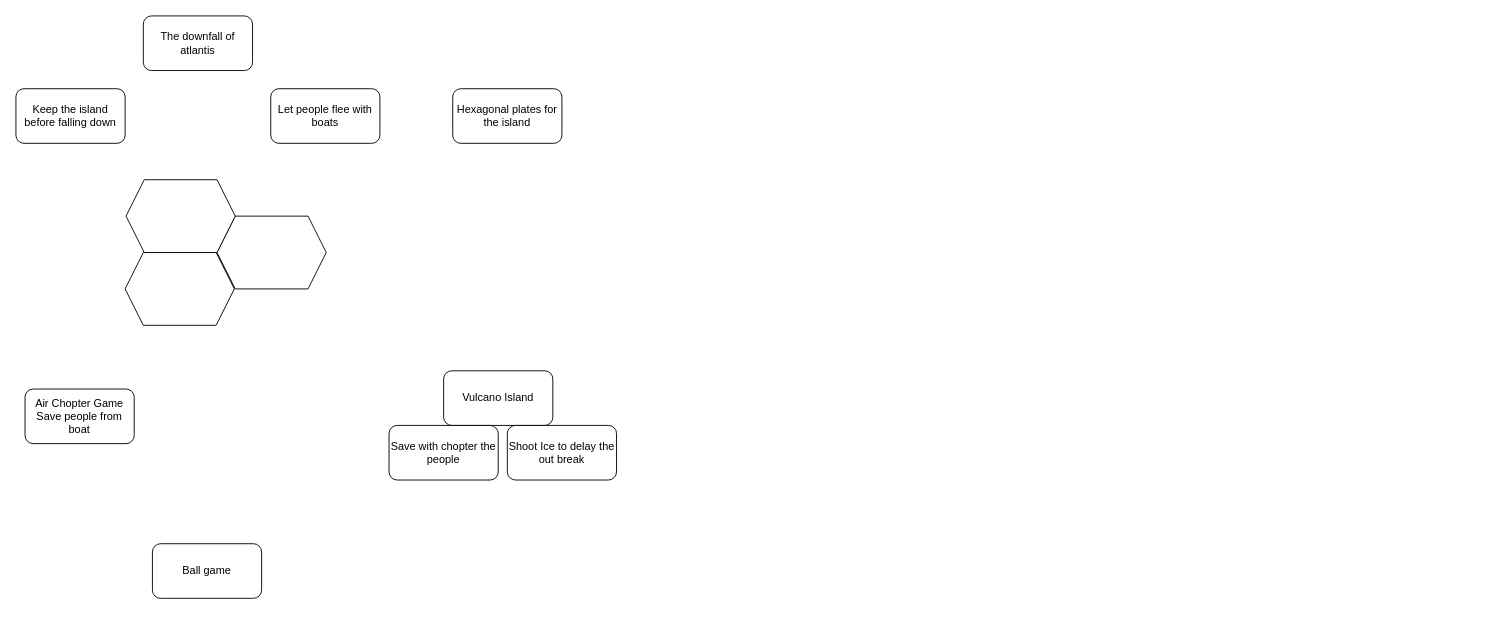
schw3de/Ludum-Dare keeps this draw.io diagram as Concepts/ld-50-concepts.drawio. Above is the earlier version. Source tidied: cells renumbered, new cells numbered last; positions are measured from the earlier drawing's top-left corner, leaving out a move shared by most shapes. Both pictures are drawn from the tidied source at 91%, with x=0, y=0 at pixel (15, 15).
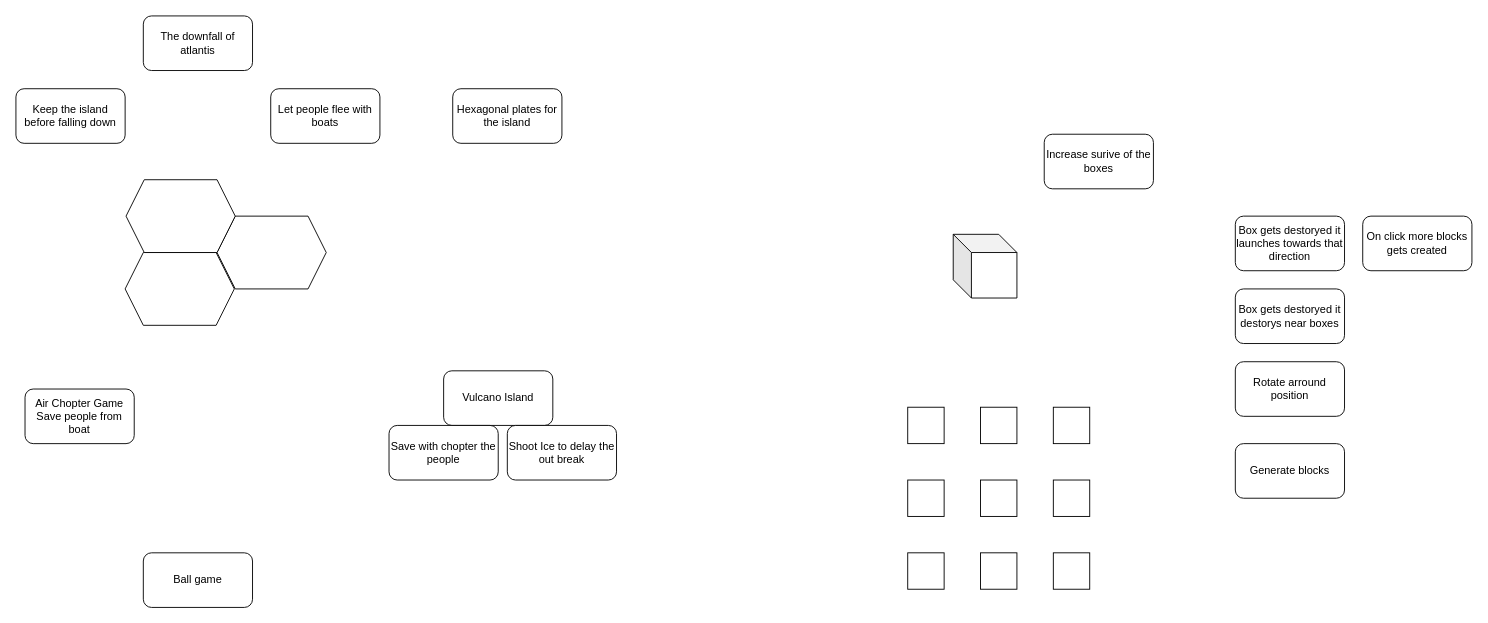
The same page after the edit.

Change to the diagram source:
```diff
@@
     <mxCell id="13" value="Ball game" style="rounded=1;whiteSpace=wrap;html=1;" parent="1" vertex="1">
-      <mxGeometry x="150" y="580" width="120" height="60" as="geometry" />
+      <mxGeometry x="140" y="590" width="120" height="60" as="geometry" />
     </mxCell>
+    <mxCell id="14" style="rounded=0;whiteSpace=wrap;html=1;" parent="1" vertex="1">
+      <mxGeometry x="980" y="590" width="40" height="40" as="geometry" />
+    </mxCell>
+    <mxCell id="15" style="rounded=0;whiteSpace=wrap;html=1;" parent="1" vertex="1">
+      <mxGeometry x="1060" y="590" width="40" height="40" as="geometry" />
+    </mxCell>
+    <mxCell id="16" style="rounded=0;whiteSpace=wrap;html=1;" parent="1" vertex="1">
+      <mxGeometry x="980" y="510" width="40" height="40" as="geometry" />
+    </mxCell>
+    <mxCell id="17" style="rounded=0;whiteSpace=wrap;html=1;" parent="1" vertex="1">
+      <mxGeometry x="1140" y="510" width="40" height="40" as="geometry" />
+    </mxCell>
+    <mxCell id="18" style="rounded=0;whiteSpace=wrap;html=1;" parent="1" vertex="1">
+      <mxGeometry x="1140" y="590" width="40" height="40" as="geometry" />
+    </mxCell>
+    <mxCell id="19" style="rounded=0;whiteSpace=wrap;html=1;" parent="1" vertex="1">
+      <mxGeometry x="1060" y="510" width="40" height="40" as="geometry" />
+    </mxCell>
+    <mxCell id="20" style="rounded=0;whiteSpace=wrap;html=1;" parent="1" vertex="1">
+      <mxGeometry x="980" y="430" width="40" height="40" as="geometry" />
+    </mxCell>
+    <mxCell id="21" style="rounded=0;whiteSpace=wrap;html=1;" parent="1" vertex="1">
+      <mxGeometry x="1060" y="430" width="40" height="40" as="geometry" />
+    </mxCell>
+    <mxCell id="22" style="rounded=0;whiteSpace=wrap;html=1;" parent="1" vertex="1">
+      <mxGeometry x="1140" y="430" width="40" height="40" as="geometry" />
+    </mxCell>
+    <mxCell id="23" value="Increase surive of the boxes" style="rounded=1;whiteSpace=wrap;html=1;" parent="1" vertex="1">
+      <mxGeometry x="1130" y="130" width="120" height="60" as="geometry" />
+    </mxCell>
+    <mxCell id="24" value="Box gets destoryed it launches towards that direction" style="rounded=1;whiteSpace=wrap;html=1;" parent="1" vertex="1">
+      <mxGeometry x="1340" y="220" width="120" height="60" as="geometry" />
+    </mxCell>
+    <mxCell id="25" value="Box gets destoryed it destorys near boxes" style="rounded=1;whiteSpace=wrap;html=1;" parent="1" vertex="1">
+      <mxGeometry x="1340" y="300" width="120" height="60" as="geometry" />
+    </mxCell>
+    <mxCell id="26" value="Rotate arround position" style="rounded=1;whiteSpace=wrap;html=1;" parent="1" vertex="1">
+      <mxGeometry x="1340" y="380" width="120" height="60" as="geometry" />
+    </mxCell>
+    <mxCell id="27" value="Generate blocks" style="rounded=1;whiteSpace=wrap;html=1;" parent="1" vertex="1">
+      <mxGeometry x="1340" y="470" width="120" height="60" as="geometry" />
+    </mxCell>
+    <mxCell id="28" value="On click more blocks gets created" style="rounded=1;whiteSpace=wrap;html=1;" parent="1" vertex="1">
+      <mxGeometry x="1480" y="220" width="120" height="60" as="geometry" />
+    </mxCell>
+    <mxCell id="29" style="shape=cube;whiteSpace=wrap;html=1;boundedLbl=1;backgroundOutline=1;darkOpacity=0.05;darkOpacity2=0.1;" parent="1" vertex="1">
+      <mxGeometry x="1030" y="240" width="70" height="70" as="geometry" />
+    </mxCell>
```
